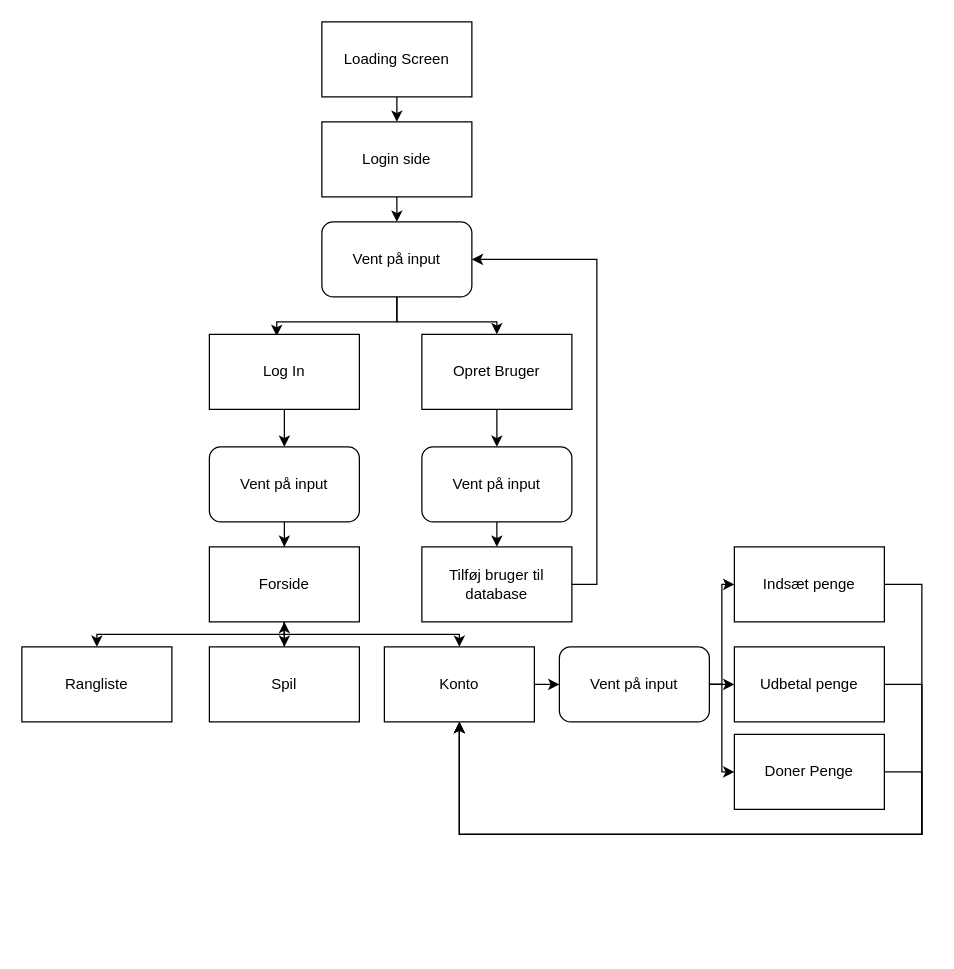
Earlier version of the draw.io diagram flowchart.drawio (GuffeTheGreat/DDUEksamensProjekt). Source tidied: cells renumbered, new cells numbered last; positions are measured from the earlier drawing's top-left corner, leaving out a move shared by most shapes. Both pictures are drawn from the tidied source at 125%, with x=0, y=0 at pixel (21, 21).
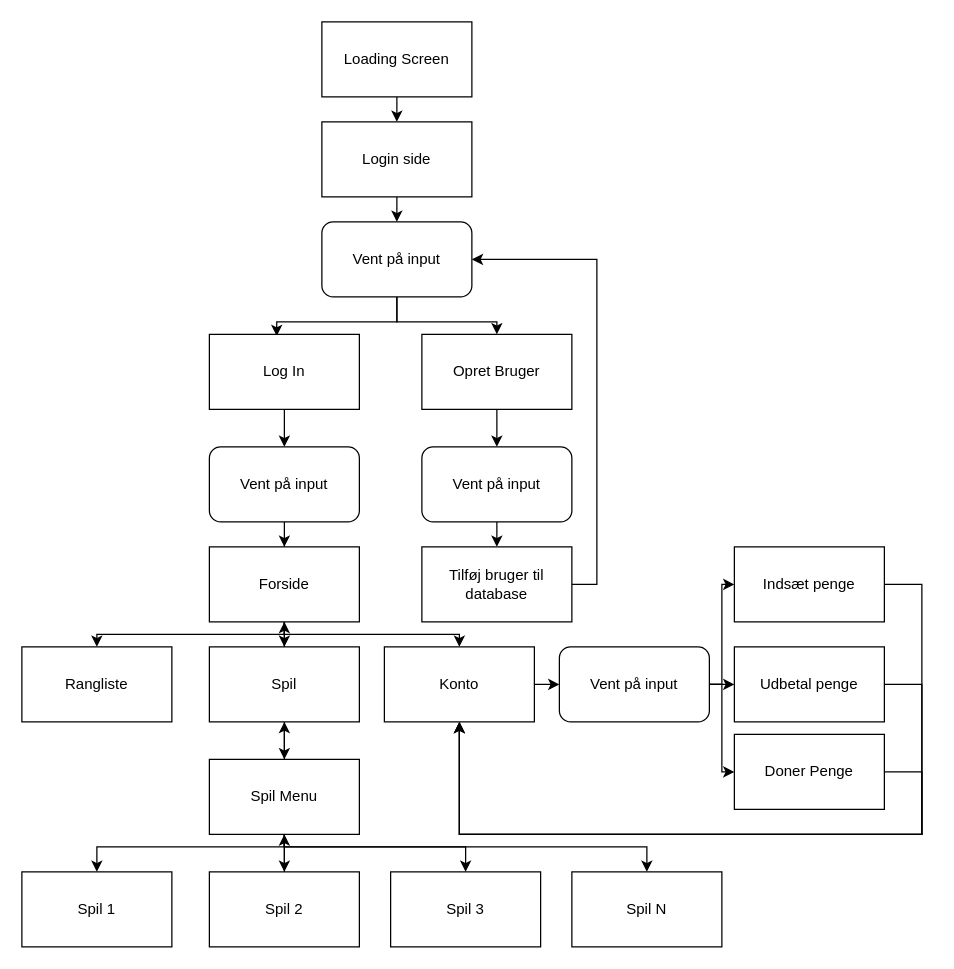
The same diagram, later.

The change refers to these unchanged cells:
```xml
<mxCell id="25" value="Spil" style="rounded=0;whiteSpace=wrap;html=1;" parent="1" vertex="1">
  <mxGeometry x="150" y="500" width="120" height="60" as="geometry" />
</mxCell>
```

Diff of the diagram source:
```diff
@@
+    <mxCell id="38" style="edgeStyle=orthogonalEdgeStyle;rounded=0;jettySize=auto;html=1;entryX=0.5;entryY=0;entryDx=0;entryDy=0;" parent="1" edge="1" source="25" target="44">
+      <mxGeometry relative="1" as="geometry" />
+    </mxCell>
@@
+    <mxCell id="39" style="edgeStyle=orthogonalEdgeStyle;rounded=0;jettySize=auto;html=1;entryX=0.5;entryY=1;entryDx=0;entryDy=0;" parent="1" edge="1" source="44" target="25">
+      <mxGeometry relative="1" as="geometry" />
+    </mxCell>
+    <mxCell id="40" style="edgeStyle=orthogonalEdgeStyle;rounded=0;jettySize=auto;html=1;entryX=0.5;entryY=0;entryDx=0;entryDy=0;" parent="1" edge="1" source="44" target="49">
+      <mxGeometry relative="1" as="geometry" />
+    </mxCell>
+    <mxCell id="41" style="edgeStyle=orthogonalEdgeStyle;rounded=0;jettySize=auto;html=1;entryX=0.5;entryY=0;entryDx=0;entryDy=0;" parent="1" edge="1" source="44" target="45">
+      <mxGeometry relative="1" as="geometry">
+        <Array as="points">
+          <mxPoint x="210" y="660" />
+          <mxPoint x="60" y="660" />
+        </Array>
+      </mxGeometry>
+    </mxCell>
+    <mxCell id="42" style="edgeStyle=orthogonalEdgeStyle;rounded=0;jettySize=auto;html=1;entryX=0.5;entryY=0;entryDx=0;entryDy=0;" parent="1" edge="1" source="44" target="47">
+      <mxGeometry relative="1" as="geometry">
+        <Array as="points">
+          <mxPoint x="210" y="660" />
+          <mxPoint x="355" y="660" />
+        </Array>
+      </mxGeometry>
+    </mxCell>
+    <mxCell id="43" style="edgeStyle=orthogonalEdgeStyle;rounded=0;jettySize=auto;html=1;" parent="1" edge="1" source="44" target="46">
+      <mxGeometry relative="1" as="geometry">
+        <Array as="points">
+          <mxPoint x="210" y="660" />
+          <mxPoint x="500" y="660" />
+        </Array>
+      </mxGeometry>
+    </mxCell>
+    <mxCell id="44" value="Spil Menu" style="rounded=0;whiteSpace=wrap;html=1;" parent="1" vertex="1">
+      <mxGeometry x="150" y="590" width="120" height="60" as="geometry" />
+    </mxCell>
+    <mxCell id="45" value="Spil 1" style="rounded=0;whiteSpace=wrap;html=1;" parent="1" vertex="1">
+      <mxGeometry y="680" width="120" height="60" as="geometry" />
+    </mxCell>
+    <mxCell id="46" value="Spil N" style="rounded=0;whiteSpace=wrap;html=1;" parent="1" vertex="1">
+      <mxGeometry x="440" y="680" width="120" height="60" as="geometry" />
+    </mxCell>
+    <mxCell id="47" value="Spil 3" style="rounded=0;whiteSpace=wrap;html=1;" parent="1" vertex="1">
+      <mxGeometry x="295" y="680" width="120" height="60" as="geometry" />
+    </mxCell>
+    <mxCell id="48" style="edgeStyle=orthogonalEdgeStyle;rounded=0;jettySize=auto;html=1;" parent="1" edge="1" source="49">
+      <mxGeometry relative="1" as="geometry">
+        <mxPoint x="210" y="650" as="targetPoint" />
+      </mxGeometry>
+    </mxCell>
+    <mxCell id="49" value="Spil 2" style="rounded=0;whiteSpace=wrap;html=1;" parent="1" vertex="1">
+      <mxGeometry x="150" y="680" width="120" height="60" as="geometry" />
+    </mxCell>
```
